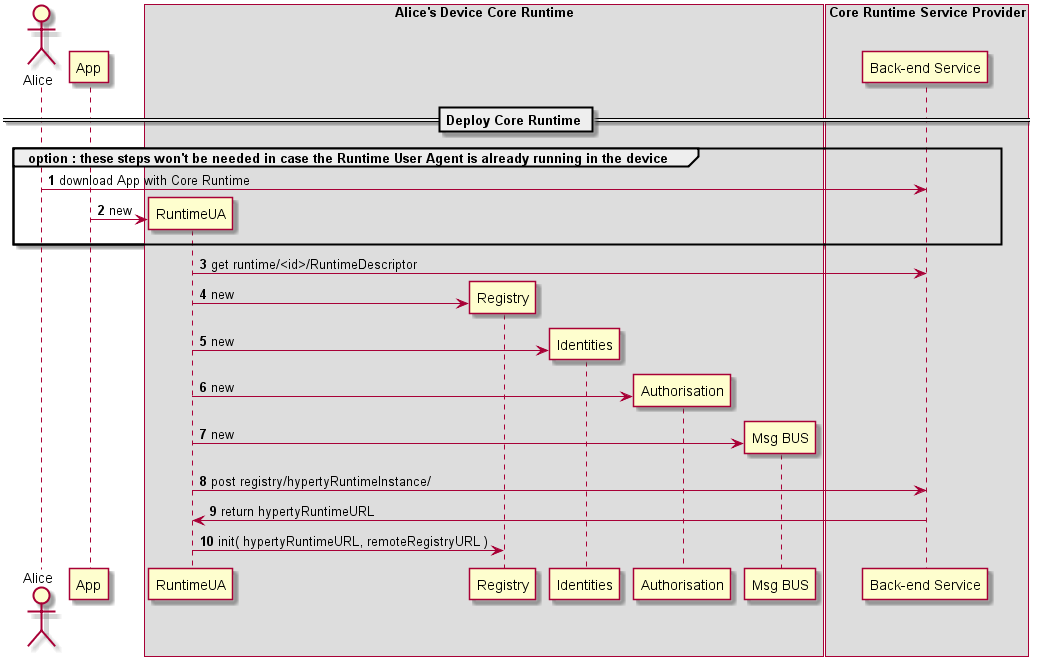
reTHINK-project/core-framework keeps this PlantUML diagram as docs/specs/runtime/dynamic-view/basics/deploy-runtime.png. Above is the earlier version. Its source is kept beside it as docs/specs/runtime/dynamic-view/basics/deploy-runtime.plantuml.
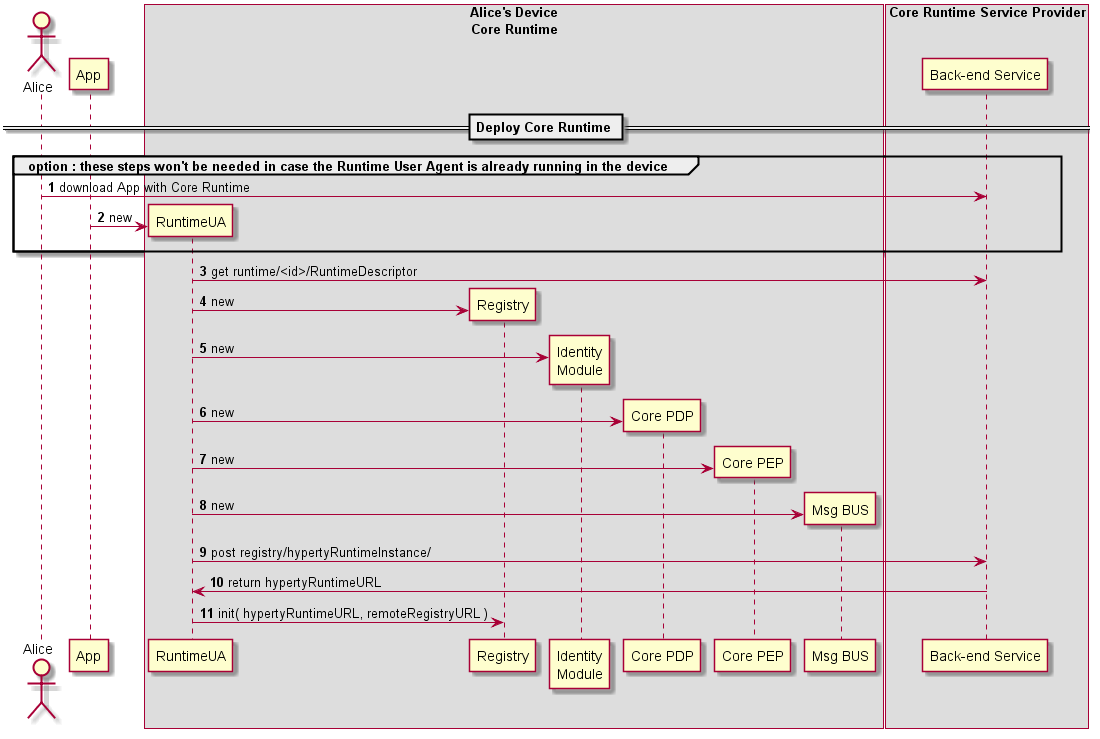
The same diagram one commit later.

What changed in the source:
```diff
@@ -12,6 +12,7 @@
 !define SHOW_IdentitiesAtRuntimeA
 !define SHOW_AuthAtRuntimeA
 !define SHOW_CoreAgentAtRuntimeA
+!define SHOW_PEPAtRuntimeA
 
 !define SHOW_CoreRuntimeProvider
 
@@ -38,6 +39,9 @@
 create RunAuth@A
 RunUA@A -> RunAuth@A : new
 
+create RunPEP@A
+RunUA@A -> RunPEP@A : new
+
 create BUS@A
 RunUA@A -> BUS@A : new
 
```
